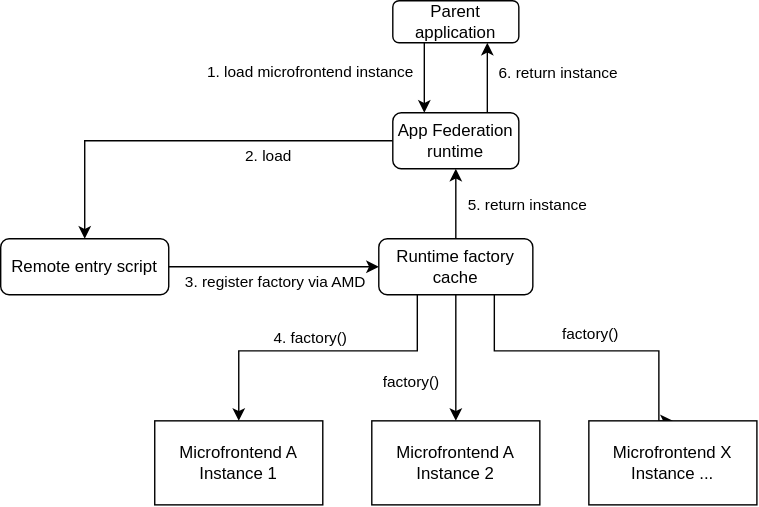
GuilleX7/app-federation keeps this draw.io diagram as docs/figures/example-8-1-factory-instance-isolation.drawio.svg. Above is the earlier version. Source tidied: cells renumbered, new cells last; positions are measured from the earlier drawing's top-left corner, leaving out a move shared by most shapes.
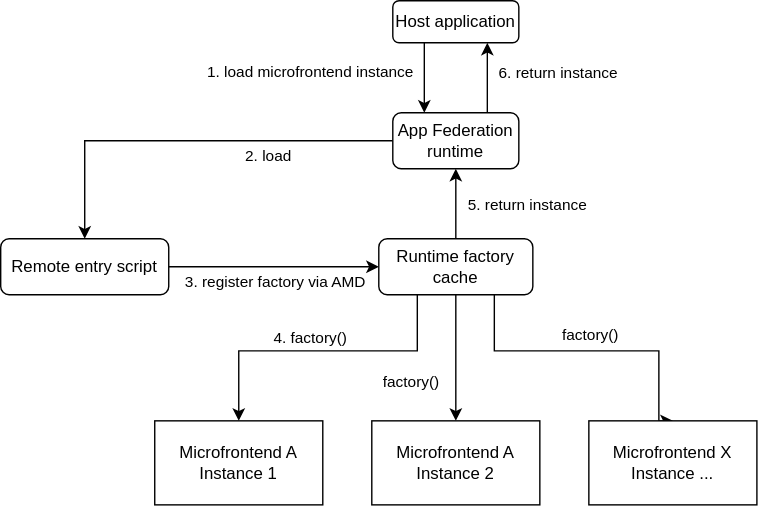
The same file after the commit.

Diff of the diagram source:
```diff
@@ -66,7 +66,7 @@
         <mxPoint x="-83" y="-22" as="offset" />
       </mxGeometry>
     </mxCell>
-    <mxCell id="16" value="Parent application" style="rounded=1;whiteSpace=wrap;html=1;roundedPerimeter=1;" parent="1" vertex="1">
+    <mxCell id="16" value="Host application" style="rounded=1;whiteSpace=wrap;html=1;roundedPerimeter=1;" parent="1" vertex="1">
       <mxGeometry x="280" width="90" height="30" as="geometry" />
     </mxCell>
     <mxCell id="17" value="Microfrontend A&lt;div&gt;Instance 1&lt;/div&gt;" style="rounded=0;whiteSpace=wrap;html=1;" parent="1" vertex="1">
```
